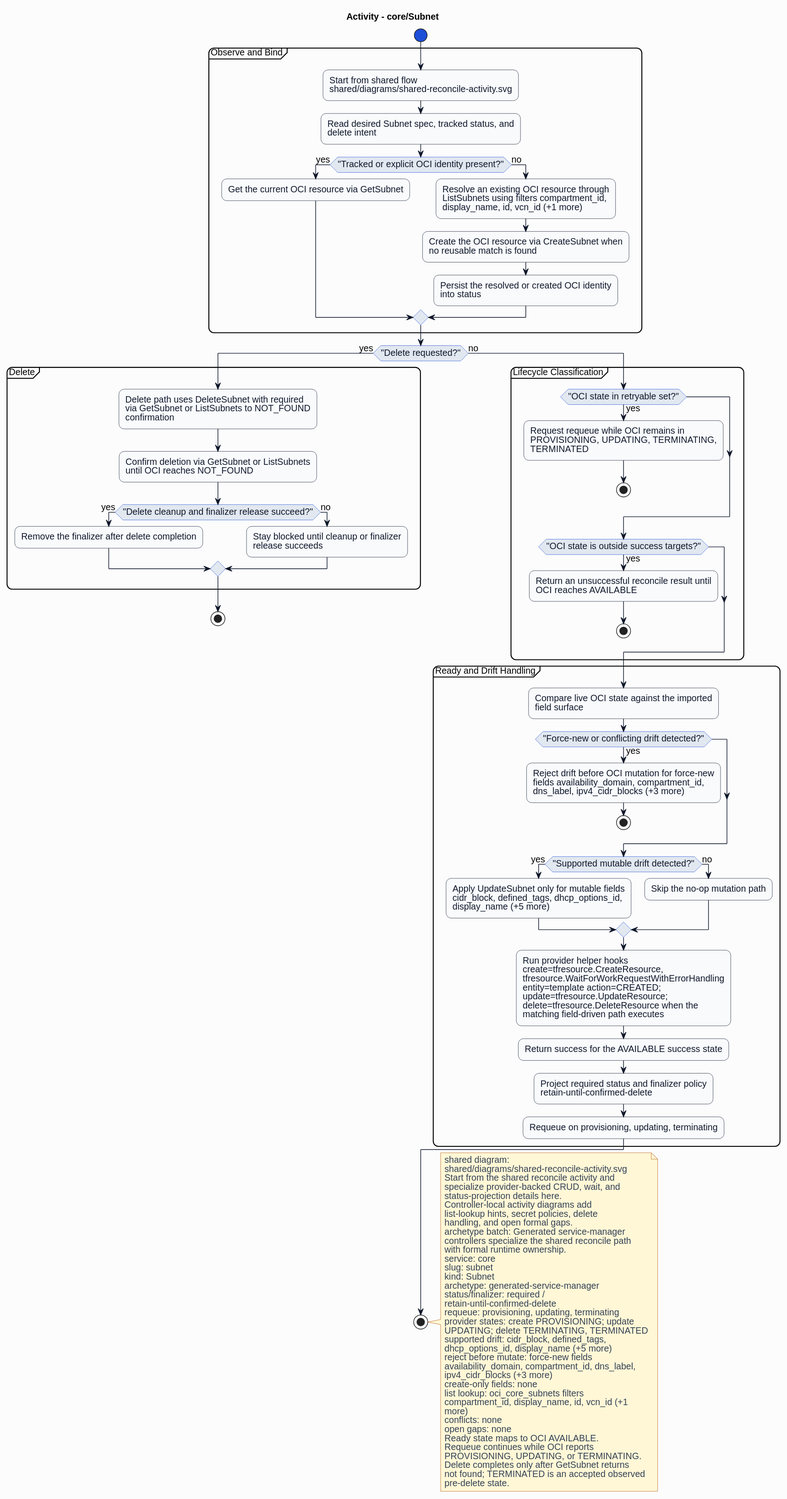
This is formal/controllers/core/subnet/diagrams/activity.svg from HaoyL666/oci-service-operator, a PlantUML export, as it was before one commit.
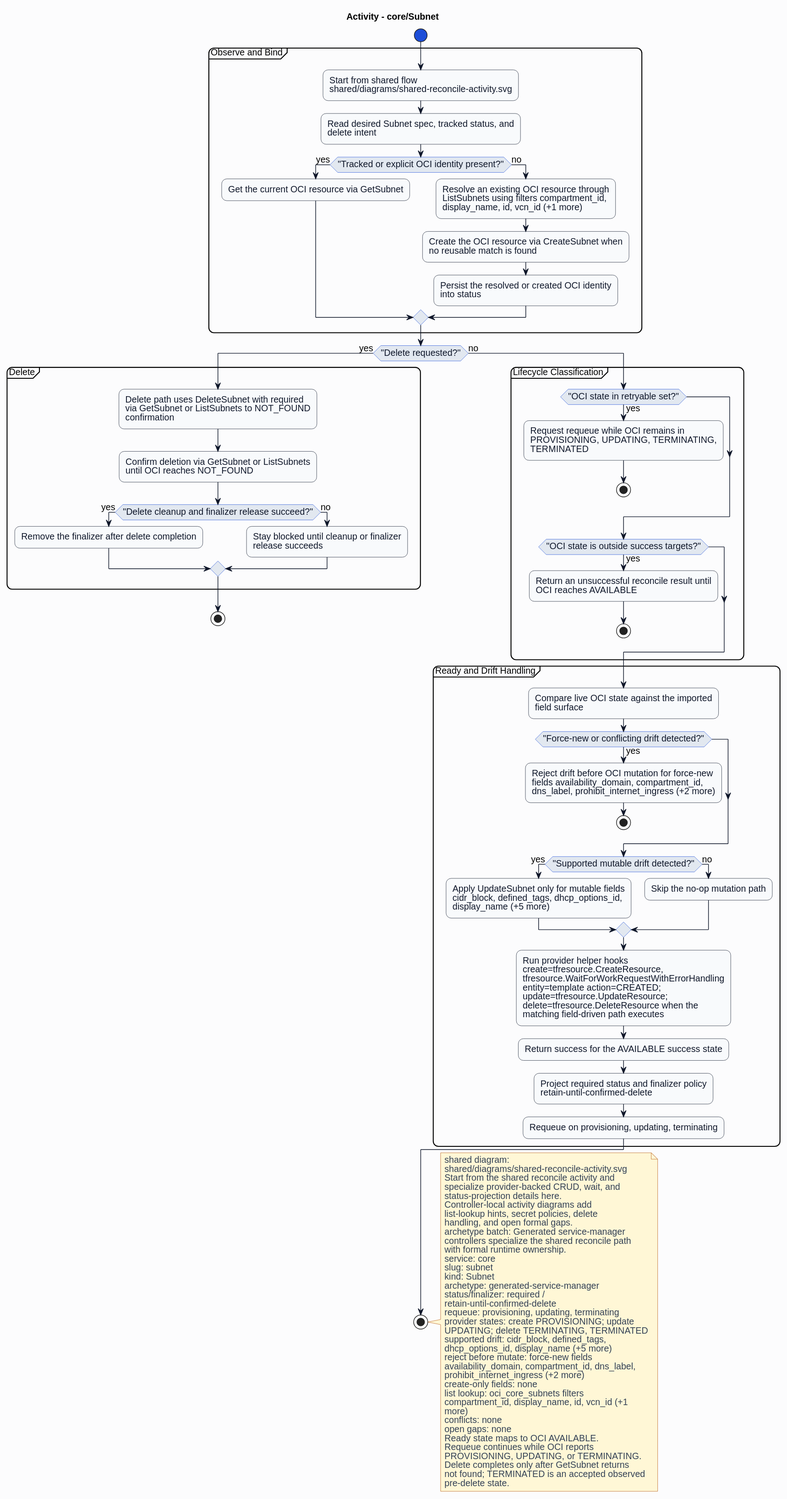
After the commit.

What changed in the source:
```diff
@@ -57,7 +57,7 @@
 partition "Ready and Drift Handling" {
 :Compare live OCI state against the imported\nfield surface;
 if ("Force-new or conflicting drift detected?") then (yes)
-:Reject drift before OCI mutation for force-new\nfields availability_domain, compartment_id,\ndns_label, ipv4_cidr_blocks (+3 more);
+:Reject drift before OCI mutation for force-new\nfields availability_domain, compartment_id,\ndns_label, prohibit_internet_ingress (+2 more);
 stop
 endif
 if ("Supported mutable drift detected?") then (yes)
@@ -97,7 +97,7 @@
 dhcp_options_id, display_name (+5 more)
 reject before mutate: force-new fields
 availability_domain, compartment_id, dns_label,
-ipv4_cidr_blocks (+3 more)
+prohibit_internet_ingress (+2 more)
 create-only fields: none
 list lookup: oci_core_subnets filters
 compartment_id, display_name, id, vcn_id (+1
```
